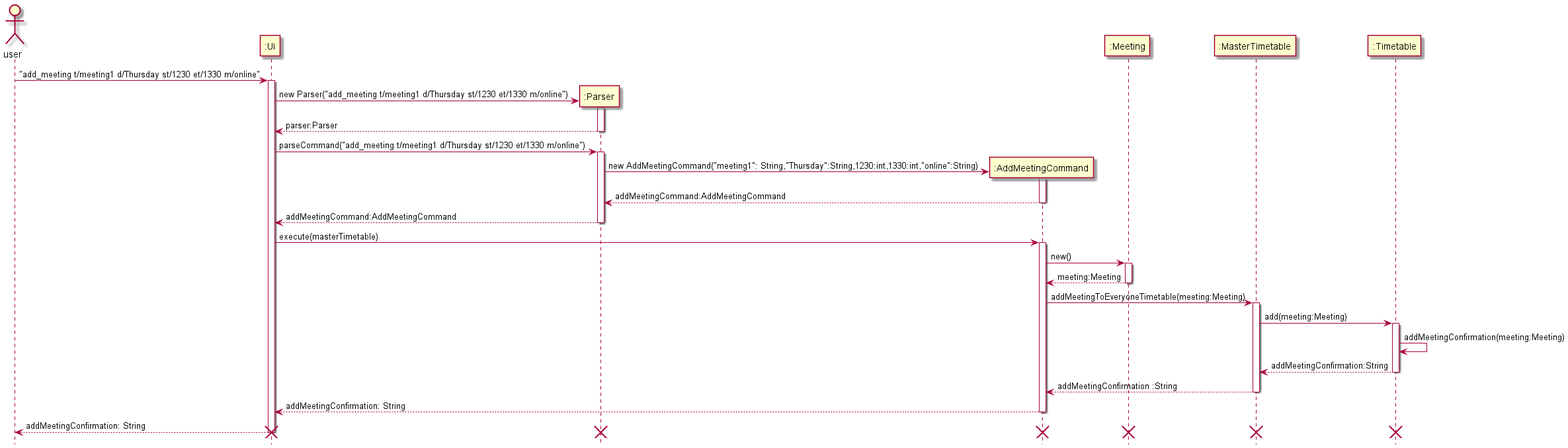
The PlantUML diagram docs/diagrams/AddMeetingCommandSequence.png in nus-cs2113-AY2122S2/tp, before a commit.
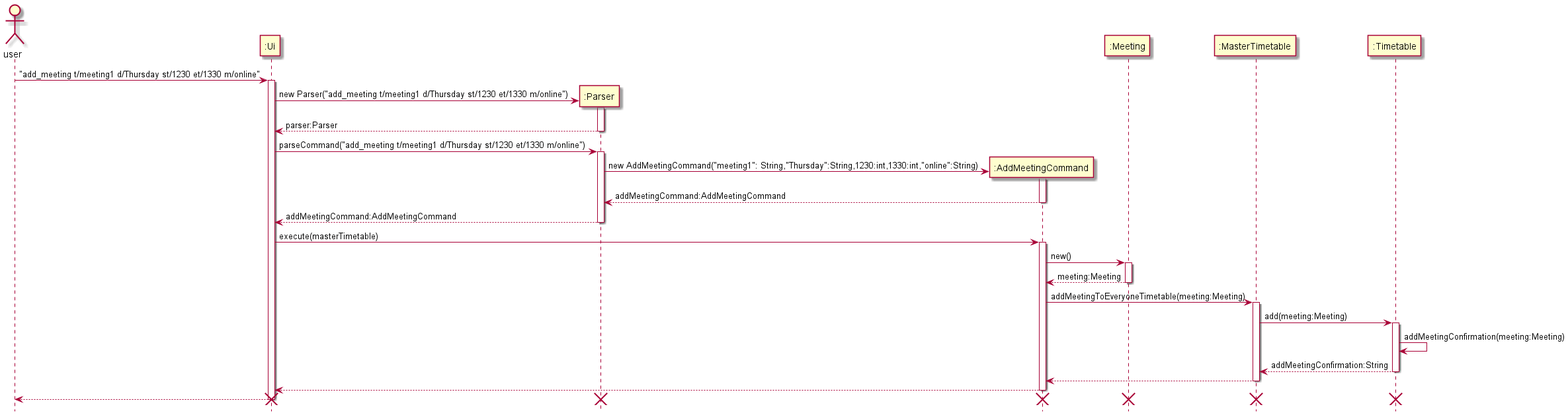
The same diagram one commit later.

Commit message:
Edit Delete and AddMeeting Command sequence diagram

Change to the diagram source:
```diff
@@ -20,9 +20,9 @@
 ":MasterTimetable" -> ":Timetable" ++ : add(meeting:Meeting)
 ":Timetable" -> ":Timetable": addMeetingConfirmation(meeting:Meeting)
 ":Timetable" --> ":MasterTimetable" --: addMeetingConfirmation:String
-":MasterTimetable" --> ":AddMeetingCommand" -- : addMeetingConfirmation :String
-":AddMeetingCommand" --> ":Ui" --: addMeetingConfirmation: String
-":Ui" --> "user" --: addMeetingConfirmation: String
+":MasterTimetable" --> ":AddMeetingCommand" -- :
+":AddMeetingCommand" --> ":Ui" --:
+":Ui" --> "user" --:
 destroy ":AddMeetingCommand"
 destroy ":Parser"
 destroy ":Meeting"
```
